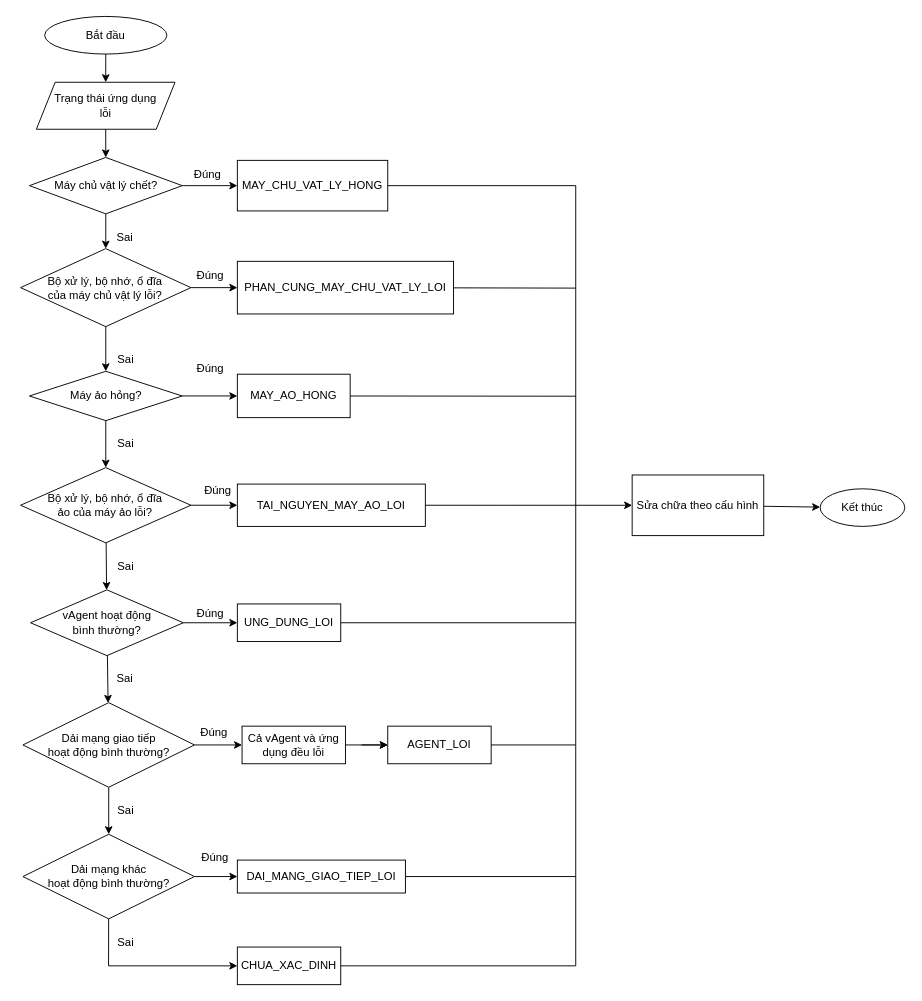
Before: auto healing.drawio in hiep1097/drawio, a draw.io diagram. Source tidied: cells renumbered, new cells numbered last; positions are measured from the earlier drawing's top-left corner, leaving out a move shared by most shapes. Both pictures are drawn from the tidied source at 94%, with x=0, y=0 at pixel (20, 16).
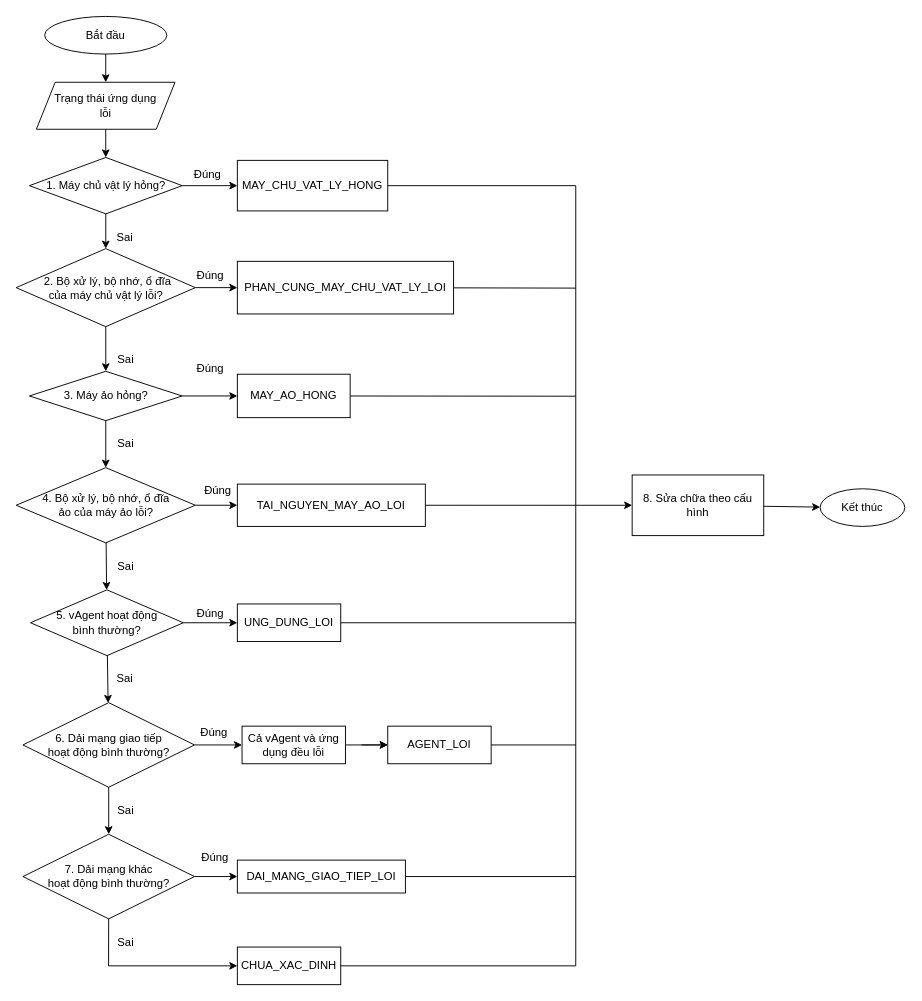
Above is the later version.

Commit message:
Cập nhật auto healing.drawio

What changed in the source:
```diff
@@
-    <mxCell id="4" value="vAgent hoạt động &lt;br&gt;bình thường?" style="rhombus;whiteSpace=wrap;html=1;" parent="1" vertex="1">
+    <mxCell id="4" value="5. vAgent hoạt động &lt;br&gt;bình thường?" style="rhombus;whiteSpace=wrap;html=1;" parent="1" vertex="1">
       <mxGeometry x="11" y="610" width="162.5" height="70" as="geometry" />
     </mxCell>
@@
-    <mxCell id="12" value="Dải mạng giao tiếp &lt;br&gt;hoạt động bình thường?" style="rhombus;whiteSpace=wrap;html=1;" parent="1" vertex="1">
+    <mxCell id="12" value="6. Dải mạng giao tiếp &lt;br&gt;hoạt động bình thường?" style="rhombus;whiteSpace=wrap;html=1;" parent="1" vertex="1">
       <mxGeometry x="2.9" y="730" width="182.5" height="90" as="geometry" />
     </mxCell>
@@
-    <mxCell id="19" value="Dải mạng khác&lt;br&gt;hoạt động bình thường?" style="rhombus;whiteSpace=wrap;html=1;" parent="1" vertex="1">
+    <mxCell id="19" value="7. Dải mạng khác&lt;br&gt;hoạt động bình thường?" style="rhombus;whiteSpace=wrap;html=1;" parent="1" vertex="1">
       <mxGeometry x="2.9" y="870" width="182.5" height="90" as="geometry" />
     </mxCell>
@@
-    <mxCell id="27" value="Máy chủ vật lý chết?" style="rhombus;whiteSpace=wrap;html=1;" parent="1" vertex="1">
+    <mxCell id="27" value="1. Máy chủ vật lý hỏng?" style="rhombus;whiteSpace=wrap;html=1;" parent="1" vertex="1">
       <mxGeometry x="9.8" y="150" width="162.5" height="60" as="geometry" />
     </mxCell>
@@
-    <mxCell id="33" value="Máy ảo hỏng?" style="rhombus;whiteSpace=wrap;html=1;" parent="1" vertex="1">
+    <mxCell id="33" value="3. Máy ảo hỏng?" style="rhombus;whiteSpace=wrap;html=1;" parent="1" vertex="1">
       <mxGeometry x="9.8" y="377.5" width="162.5" height="52.5" as="geometry" />
     </mxCell>
@@
-    <mxCell id="39" value="Bộ xử lý, bộ nhớ, ổ đĩa&lt;br&gt;của máy chủ vật lý lỗi?" style="rhombus;whiteSpace=wrap;html=1;" parent="1" vertex="1">
-      <mxGeometry x="0.4" y="247" width="181.2" height="83" as="geometry" />
+    <mxCell id="39" value="&amp;nbsp;2. Bộ xử lý, bộ nhớ, ổ đĩa&lt;br&gt;của máy chủ vật lý lỗi?" style="rhombus;whiteSpace=wrap;html=1;" parent="1" vertex="1">
+      <mxGeometry x="-4.3" y="247" width="190.6" height="83" as="geometry" />
     </mxCell>
@@
-    <mxCell id="45" value="Bộ xử lý, bộ nhớ, ổ đĩa &lt;br&gt;ảo của máy ảo lỗi?" style="rhombus;whiteSpace=wrap;html=1;" parent="1" vertex="1">
-      <mxGeometry x="0.4" y="480" width="181.2" height="80" as="geometry" />
+    <mxCell id="45" value="4. Bộ xử lý, bộ nhớ, ổ đĩa &lt;br&gt;ảo của máy ảo lỗi?" style="rhombus;whiteSpace=wrap;html=1;" parent="1" vertex="1">
+      <mxGeometry x="-4.3" y="480" width="190.6" height="80" as="geometry" />
     </mxCell>
@@
-    <mxCell id="52" value="Sửa chữa theo cấu hình" style="rounded=0;whiteSpace=wrap;html=1;" parent="1" vertex="1">
+    <mxCell id="52" value="8. Sửa chữa theo cấu hình" style="rounded=0;whiteSpace=wrap;html=1;" parent="1" vertex="1">
       <mxGeometry x="651" y="487.8" width="140" height="64.5" as="geometry" />
     </mxCell>
```
